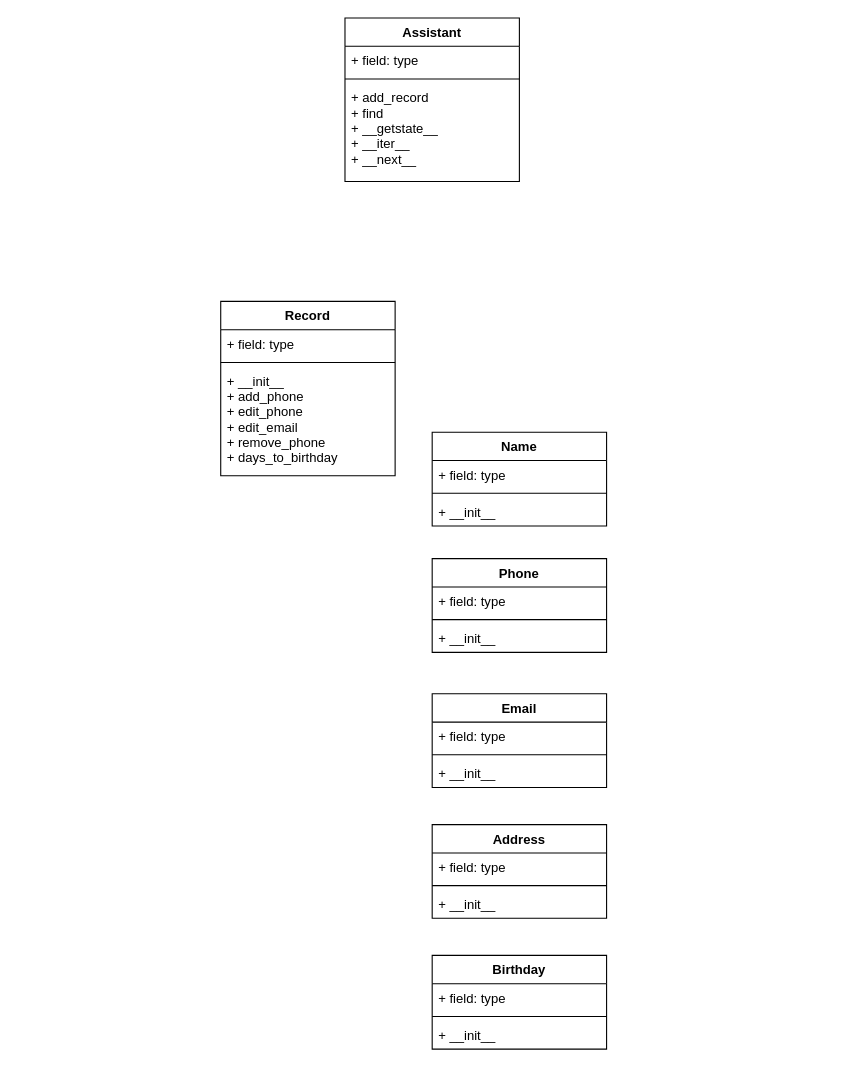
YevhenKoss/Project_E1 keeps this draw.io diagram as CLI_Assistant/UML.drawio. Above is the earlier version. Source tidied: cells renumbered, new cells numbered last; positions are measured from the earlier drawing's top-left corner, leaving out a move shared by most shapes. Both pictures are drawn from the tidied source at 109%, with x=0, y=0 at pixel (220, 17).
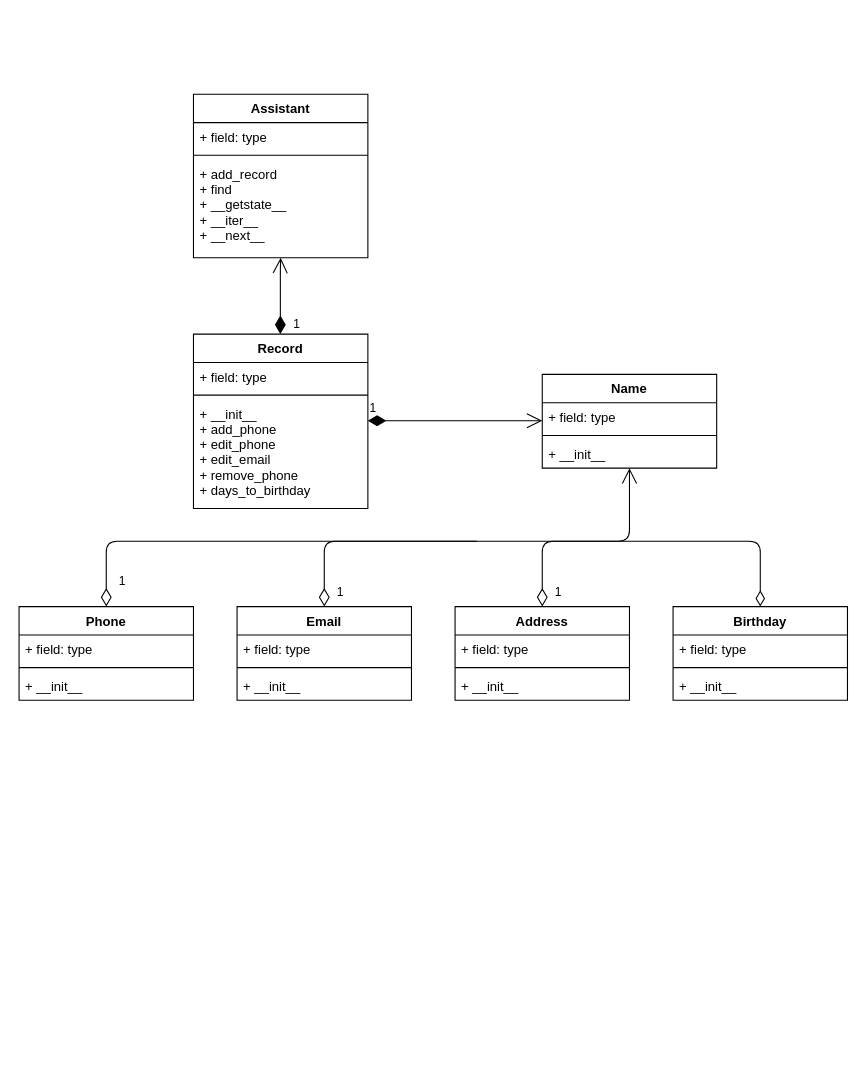
The same diagram, later.

Unchanged cells that the change refers to:
```xml
<mxCell id="9" value="+ __init__" style="text;strokeColor=none;fillColor=none;align=left;verticalAlign=top;spacingLeft=4;spacingRight=4;overflow=hidden;points=[[0,0.5],[1,0.5]];portConstraint=eastwest;" parent="6" vertex="1">
  <mxGeometry y="60" width="160" height="26" as="geometry" />
</mxCell>
```

Diff of the diagram source:
```diff
@@
     <mxCell id="2" value="Assistant" style="swimlane;fontStyle=1;align=center;verticalAlign=top;horizontal=1;startSize=26;" parent="1" vertex="1">
-      <mxGeometry x="114" width="160" height="150" as="geometry" />
+      <mxGeometry x="-25" y="70" width="160" height="150" as="geometry" />
     </mxCell>
@@
     <mxCell id="6" value="Name" style="swimlane;fontStyle=1;align=center;verticalAlign=top;horizontal=1;startSize=26;" parent="1" vertex="1">
-      <mxGeometry x="194" y="380" width="160" height="86" as="geometry" />
+      <mxGeometry x="295" y="327" width="160" height="86" as="geometry" />
     </mxCell>
@@
     <mxCell id="10" value="Phone" style="swimlane;fontStyle=1;align=center;verticalAlign=top;horizontal=1;startSize=26;" parent="1" vertex="1">
-      <mxGeometry x="194" y="496" width="160" height="86" as="geometry" />
+      <mxGeometry x="-185" y="540" width="160" height="86" as="geometry" />
     </mxCell>
@@
     <mxCell id="14" value="Email" style="swimlane;fontStyle=1;align=center;verticalAlign=top;horizontal=1;startSize=26;" parent="1" vertex="1">
-      <mxGeometry x="194" y="620" width="160" height="86" as="geometry" />
+      <mxGeometry x="15" y="540" width="160" height="86" as="geometry" />
     </mxCell>
@@
     <mxCell id="18" value="Address" style="swimlane;fontStyle=1;align=center;verticalAlign=top;horizontal=1;startSize=26;" parent="1" vertex="1">
-      <mxGeometry x="194" y="740" width="160" height="86" as="geometry" />
+      <mxGeometry x="215" y="540" width="160" height="86" as="geometry" />
     </mxCell>
@@
     <mxCell id="22" value="Birthday" style="swimlane;fontStyle=1;align=center;verticalAlign=top;horizontal=1;startSize=26;" parent="1" vertex="1">
-      <mxGeometry x="194" y="860" width="160" height="86" as="geometry" />
+      <mxGeometry x="415" y="540" width="160" height="86" as="geometry" />
     </mxCell>
@@
     <mxCell id="26" value="Record" style="swimlane;fontStyle=1;align=center;verticalAlign=top;horizontal=1;startSize=26;" parent="1" vertex="1">
-      <mxGeometry y="260" width="160" height="160" as="geometry" />
+      <mxGeometry x="-25" y="290" width="160" height="160" as="geometry" />
     </mxCell>
@@
+    <mxCell id="30" value="1" style="endArrow=open;html=1;endSize=12;startArrow=diamondThin;startSize=14;startFill=1;edgeStyle=orthogonalEdgeStyle;align=left;verticalAlign=bottom;" parent="1" edge="1">
+      <mxGeometry x="-1" y="3" relative="1" as="geometry">
+        <mxPoint x="135" y="369.5" as="sourcePoint" />
+        <mxPoint x="295" y="369.5" as="targetPoint" />
+      </mxGeometry>
+    </mxCell>
+    <mxCell id="31" value="1" style="endArrow=diamondThin;html=1;endSize=12;startArrow=diamondThin;startSize=14;startFill=0;edgeStyle=orthogonalEdgeStyle;align=left;verticalAlign=bottom;endFill=0;entryX=0.5;entryY=0;entryDx=0;entryDy=0;" parent="1" edge="1" source="10" target="22">
+      <mxGeometry x="-0.96" y="-10" relative="1" as="geometry">
+        <Array as="points">
+          <mxPoint x="-105" y="480" />
+          <mxPoint x="495" y="480" />
+        </Array>
+      </mxGeometry>
+    </mxCell>
+    <mxCell id="32" value="1" style="endArrow=none;html=1;endSize=12;startArrow=diamondThin;startSize=14;startFill=0;edgeStyle=orthogonalEdgeStyle;align=left;verticalAlign=bottom;endFill=0;" parent="1" edge="1">
+      <mxGeometry x="-0.96" y="-10" relative="1" as="geometry">
+        <mxPoint x="95" y="540" as="sourcePoint" />
+        <mxPoint x="235" y="480" as="targetPoint" />
+        <Array as="points">
+          <mxPoint x="95" y="480" />
+          <mxPoint x="225" y="480" />
+        </Array>
+      </mxGeometry>
+    </mxCell>
+    <mxCell id="33" value="1" style="endArrow=open;html=1;endSize=12;startArrow=diamondThin;startSize=14;startFill=0;edgeStyle=orthogonalEdgeStyle;align=left;verticalAlign=bottom;endFill=0;" parent="1" edge="1" target="9">
+      <mxGeometry x="-0.96" y="-10" relative="1" as="geometry">
+        <mxPoint x="295" y="540" as="sourcePoint" />
+        <Array as="points">
+          <mxPoint x="295" y="480" />
+          <mxPoint x="375" y="480" />
+        </Array>
+      </mxGeometry>
+    </mxCell>
+    <mxCell id="34" value="1" style="endArrow=open;html=1;endSize=12;startArrow=diamondThin;startSize=14;startFill=1;edgeStyle=orthogonalEdgeStyle;align=left;verticalAlign=bottom;" parent="1" edge="1">
+      <mxGeometry x="-1" y="-10" relative="1" as="geometry">
+        <mxPoint x="54.7" y="290" as="sourcePoint" />
+        <mxPoint x="55" y="220" as="targetPoint" />
+        <Array as="points">
+          <mxPoint x="54.7" y="230" />
+        </Array>
+      </mxGeometry>
+    </mxCell>
```
